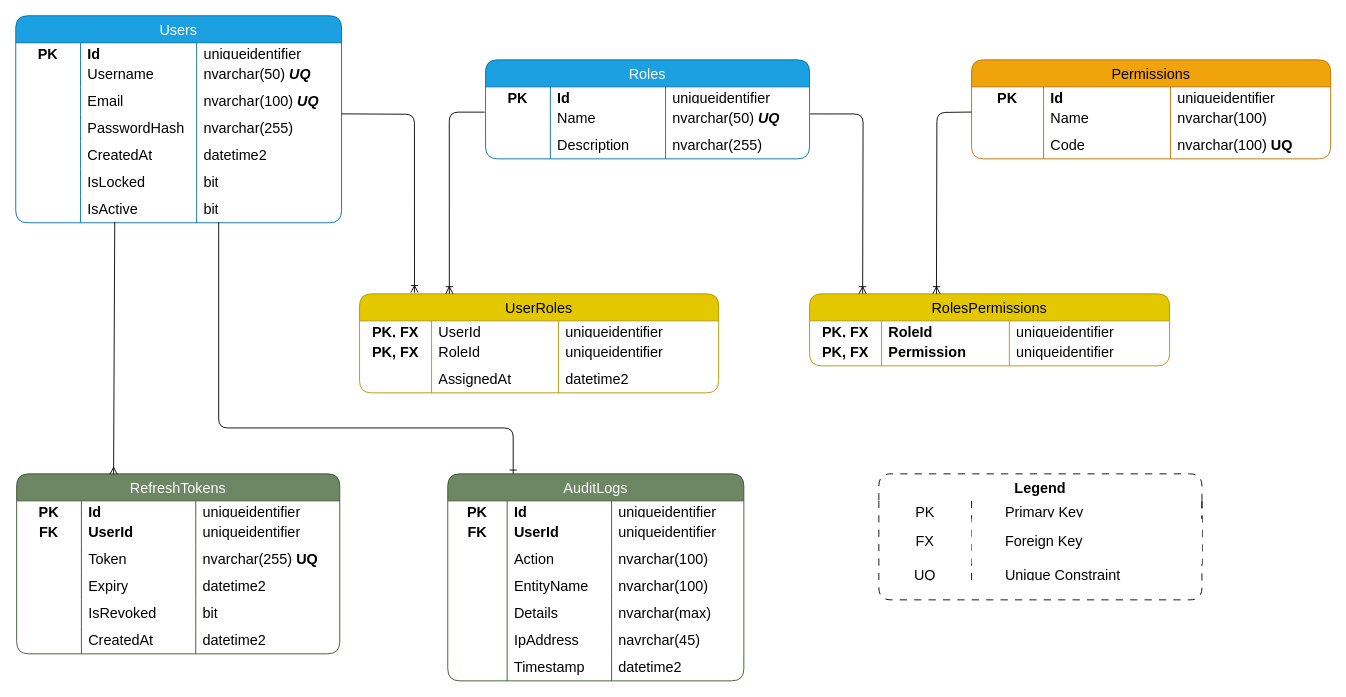
Before: DBDesign.drawio in babynapboltron8/Identity-and-Access-Management-IAM-, a draw.io diagram. Source tidied: cells renumbered, new cells numbered last; positions are measured from the earlier drawing's top-left corner, leaving out a move shared by most shapes. Both pictures are drawn from the tidied source at 90%, with x=0, y=0 at pixel (15, 15).
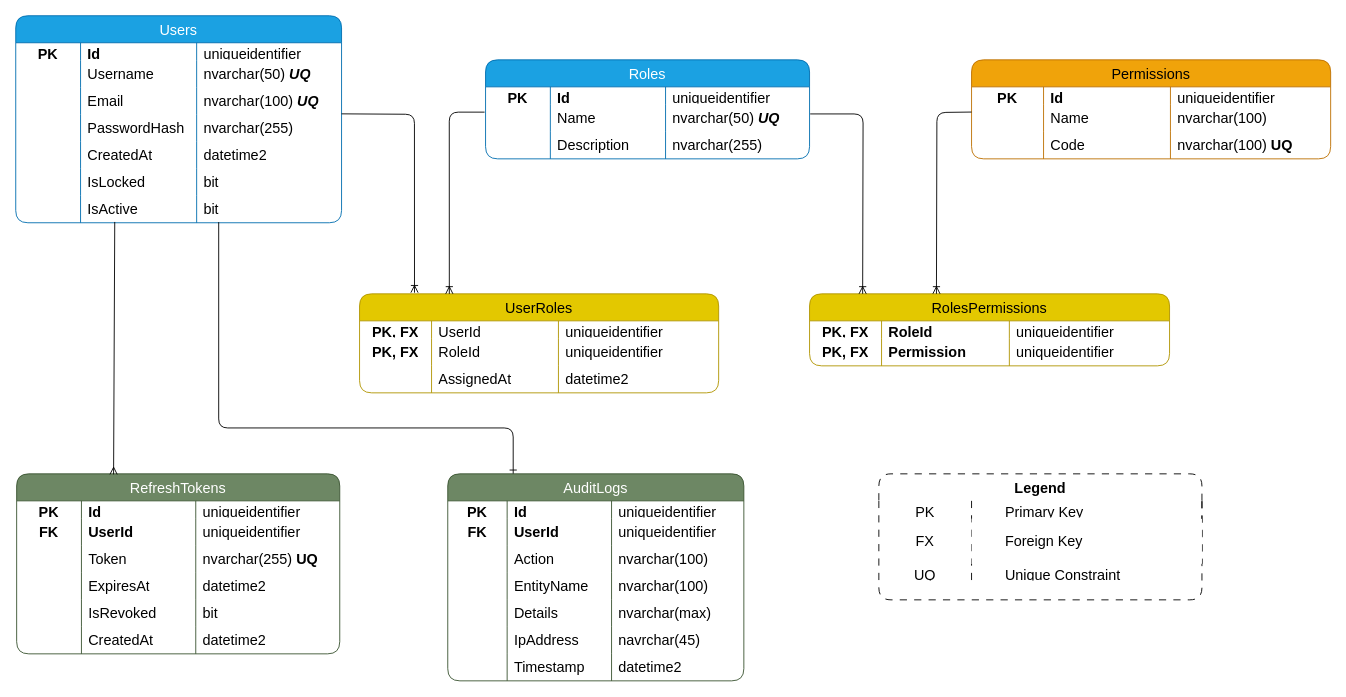
Above is the later version.

The change refers to these unchanged cells:
```xml
<mxCell id="70" style="shape=tableRow;horizontal=0;startSize=0;swimlaneHead=0;swimlaneBody=0;top=0;left=0;bottom=0;right=0;fillColor=none;strokeColor=inherit;fontSize=16;" parent="57" vertex="1">
  <mxGeometry y="110" width="359" height="30" as="geometry" />
</mxCell>
```

Diff of the diagram source:
```diff
@@
-    <mxCell id="72" value="Expiry" style="shape=partialRectangle;html=1;whiteSpace=wrap;fillColor=none;top=0;left=0;bottom=0;right=0;align=left;spacingLeft=6;overflow=hidden;strokeColor=inherit;fontSize=16;" parent="70" vertex="1">
+    <mxCell id="72" value="ExpiresAt" style="shape=partialRectangle;html=1;whiteSpace=wrap;fillColor=none;top=0;left=0;bottom=0;right=0;align=left;spacingLeft=6;overflow=hidden;strokeColor=inherit;fontSize=16;" parent="70" vertex="1">
       <mxGeometry x="72" width="127" height="30" as="geometry" />
     </mxCell>
```
